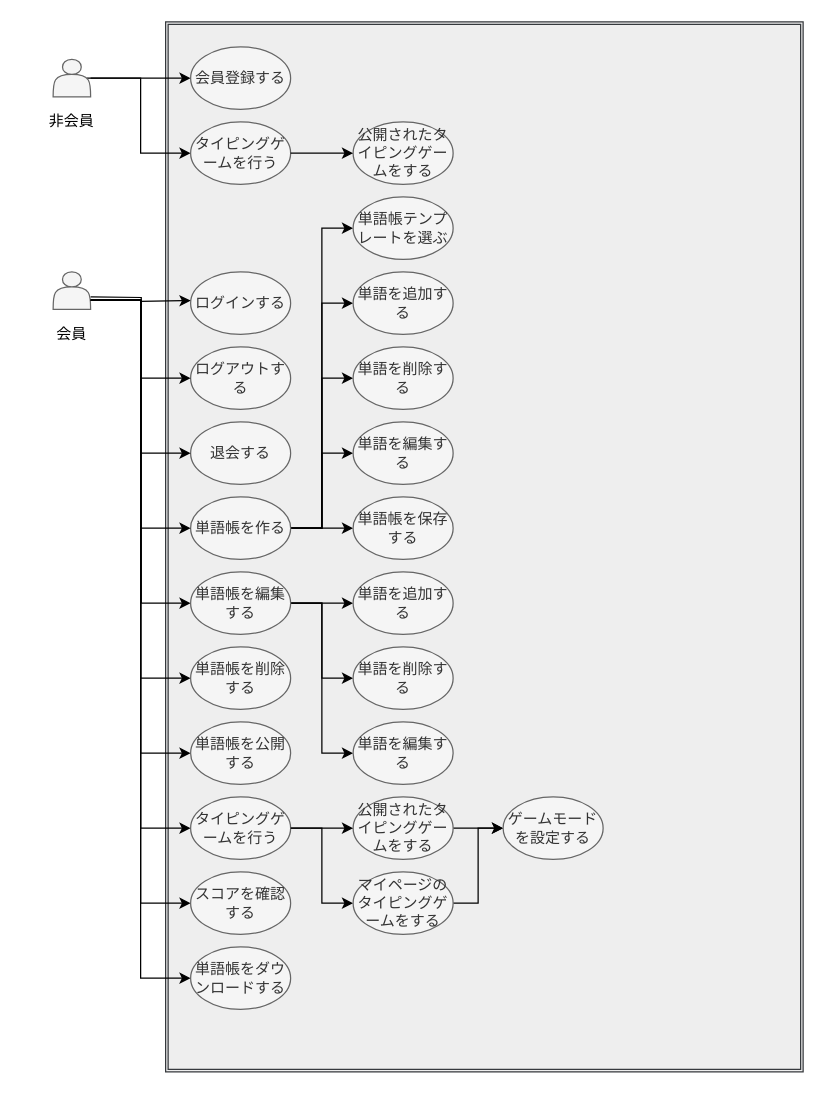
This is docs/images/usecase.drawio from rikkyrice/typing-game, a draw.io file, before an edit. Source tidied: cells renumbered, new cells numbered last; positions are measured from the earlier drawing's top-left corner, leaving out a move shared by most shapes. Both pictures are drawn from the tidied source at 125%, with x=0, y=0 at pixel (21, 21).
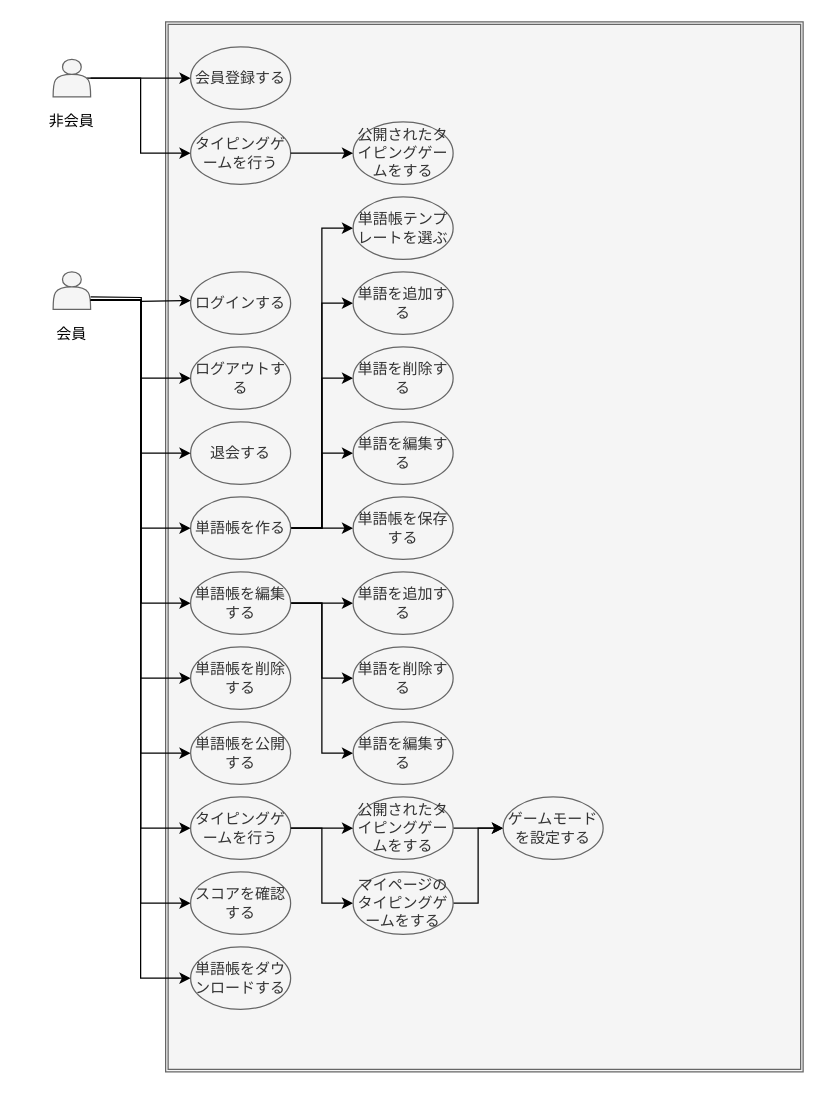
After the change.

What changed in the source:
```diff
@@
-    <mxCell id="2" style="shape=ext;double=1;rounded=0;whiteSpace=wrap;html=1;fillColor=#eeeeee;strokeColor=#36393d;" parent="1" vertex="1">
+    <mxCell id="2" style="shape=ext;double=1;rounded=0;whiteSpace=wrap;html=1;fillColor=#f5f5f5;strokeColor=#666666;fontColor=#333333;" parent="1" vertex="1">
       <mxGeometry x="115" width="510" height="840" as="geometry" />
     </mxCell>
```
